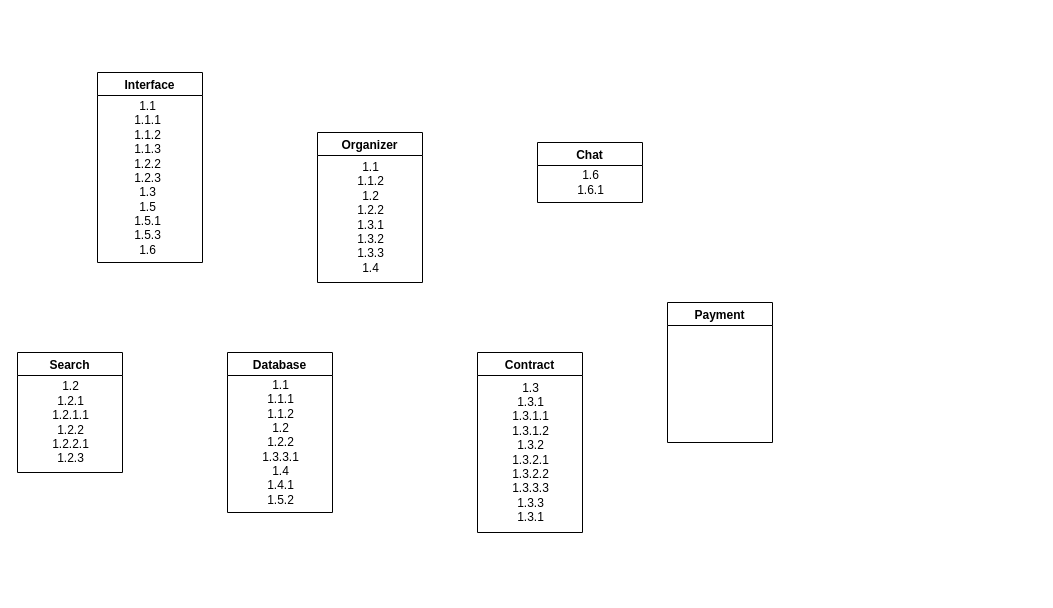
markomijovic/Agent-System-Matchmaking keeps this draw.io diagram as Design Documentation/Concurrent Task/ConcurrentTasks.drawio. Above is the earlier version. Source tidied: cells renumbered, new cells numbered last; positions are measured from the earlier drawing's top-left corner, leaving out a move shared by most shapes. Both pictures are drawn from the tidied source at 100%, with x=0, y=0 at pixel (17, 72).
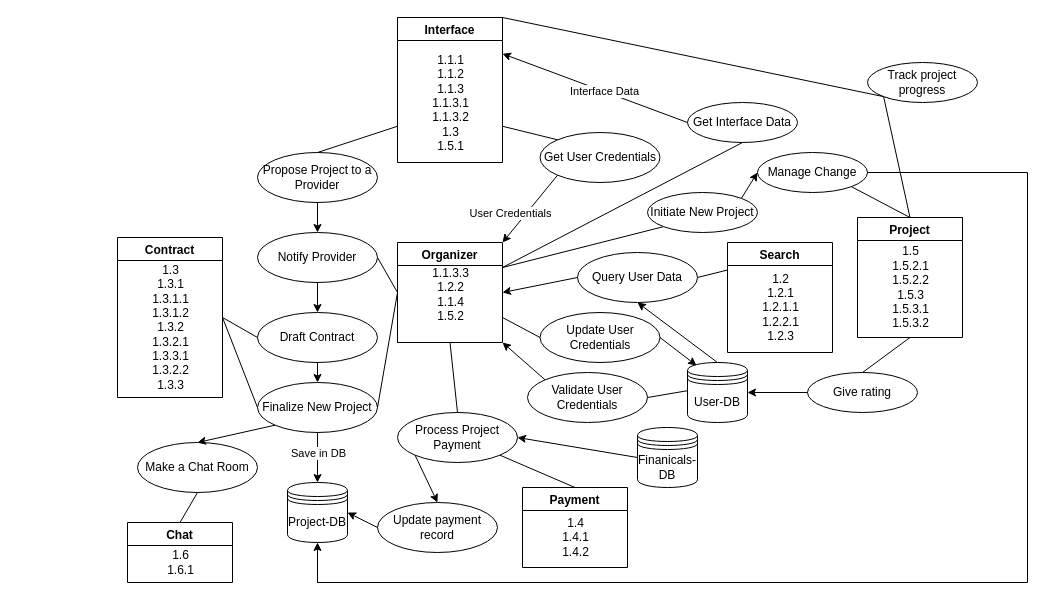
After the change.

Change to the diagram source:
```diff
@@
     <mxCell id="2" value="Interface" style="swimlane;" parent="1" vertex="1">
-      <mxGeometry x="80" width="105" height="190" as="geometry" />
+      <mxGeometry x="380" y="-55" width="105" height="145" as="geometry" />
     </mxCell>
-    <mxCell id="3" value="&lt;div&gt;1.1&lt;/div&gt;&lt;div&gt;1.1.1&lt;/div&gt;&lt;div&gt;1.1.2&lt;/div&gt;&lt;div&gt;1.1.3&lt;/div&gt;&lt;div&gt;1.2.2&lt;/div&gt;&lt;div&gt;1.2.3&lt;/div&gt;&lt;div&gt;1.3&lt;br&gt;&lt;/div&gt;&lt;div&gt;1.5&lt;/div&gt;&lt;div&gt;1.5.1&lt;/div&gt;&lt;div&gt;1.5.3&lt;/div&gt;&lt;div&gt;1.6&lt;br&gt;&lt;/div&gt;&lt;div&gt;&lt;br&gt;&lt;/div&gt;&lt;div&gt;&lt;br&gt;&lt;/div&gt;" style="text;html=1;align=center;verticalAlign=middle;strokeColor=none;fillColor=none;" parent="2" vertex="1">
-      <mxGeometry x="25" y="20" width="50" height="200" as="geometry" />
+    <mxCell id="3" value="&lt;div&gt;1.1.1&lt;/div&gt;&lt;div&gt;1.1.2&lt;/div&gt;&lt;div&gt;1.1.3&lt;/div&gt;&lt;div&gt;&lt;div&gt;1.1.3.1&lt;/div&gt;1.1.3.2&lt;/div&gt;&lt;div&gt;1.3&lt;/div&gt;&lt;div&gt;1.5.1&lt;br&gt;&lt;/div&gt;&lt;div&gt;&lt;br&gt;&lt;/div&gt;&lt;div&gt;&lt;br&gt;&lt;/div&gt;" style="text;html=1;align=center;verticalAlign=middle;strokeColor=none;fillColor=none;" parent="2" vertex="1">
+      <mxGeometry x="22.5" y="30" width="60" height="140" as="geometry" />
     </mxCell>
     <mxCell id="4" value="Organizer" style="swimlane;startSize=23;" parent="1" vertex="1">
-      <mxGeometry x="300" y="60" width="105" height="150" as="geometry" />
+      <mxGeometry x="380" y="170" width="105" height="100" as="geometry" />
     </mxCell>
-    <mxCell id="5" value="&lt;div&gt;1.1&lt;/div&gt;&lt;div&gt;1.1.2&lt;/div&gt;&lt;div&gt;1.2&lt;/div&gt;&lt;div&gt;1.2.2&lt;/div&gt;&lt;div&gt;1.3.1&lt;/div&gt;&lt;div&gt;1.3.2&lt;/div&gt;&lt;div&gt;1.3.3&lt;/div&gt;&lt;div&gt;1.4&lt;/div&gt;" style="text;html=1;align=center;verticalAlign=middle;strokeColor=none;fillColor=none;" parent="4" vertex="1">
-      <mxGeometry x="27.5" y="20" width="50" height="130" as="geometry" />
+    <mxCell id="5" value="&lt;br&gt;&lt;div&gt;1.1.3.3&lt;/div&gt;&lt;div&gt;1.2.2&lt;br&gt;&lt;/div&gt;&lt;div&gt;1.1.4&lt;/div&gt;&lt;div&gt;1.5.2&lt;br&gt;&lt;/div&gt;" style="text;html=1;align=center;verticalAlign=middle;strokeColor=none;fillColor=none;" parent="4" vertex="1">
+      <mxGeometry x="22.5" width="60" height="90" as="geometry" />
     </mxCell>
-    <mxCell id="6" value="Database" style="swimlane;startSize=23;" parent="1" vertex="1">
-      <mxGeometry x="210" y="280" width="105" height="160" as="geometry" />
-    </mxCell>
-    <mxCell id="7" value="&lt;div&gt;1.1&lt;/div&gt;&lt;div&gt;1.1.1&lt;/div&gt;&lt;div&gt;1.1.2&lt;br&gt;&lt;/div&gt;&lt;div&gt;1.2&lt;/div&gt;&lt;div&gt;1.2.2&lt;/div&gt;&lt;div&gt;1.3.3.1&lt;/div&gt;&lt;div&gt;1.4&lt;/div&gt;&lt;div&gt;1.4.1&lt;/div&gt;&lt;div&gt;1.5.2&lt;/div&gt;" style="text;html=1;align=center;verticalAlign=middle;strokeColor=none;fillColor=none;" parent="6" vertex="1">
-      <mxGeometry x="22.5" y="20" width="60" height="140" as="geometry" />
-    </mxCell>
     <mxCell id="8" value="Search" style="swimlane;startSize=23;" parent="1" vertex="1">
-      <mxGeometry y="280" width="105" height="120" as="geometry" />
+      <mxGeometry x="710" y="170" width="105" height="110" as="geometry" />
     </mxCell>
-    <mxCell id="9" value="&lt;div&gt;1.2&lt;/div&gt;&lt;div&gt;1.2.1&lt;/div&gt;&lt;div&gt;1.2.1.1&lt;/div&gt;&lt;div&gt;1.2.2&lt;/div&gt;&lt;div&gt;1.2.2.1&lt;/div&gt;&lt;div&gt;1.2.3&lt;br&gt;&lt;/div&gt;" style="text;html=1;align=center;verticalAlign=middle;strokeColor=none;fillColor=none;" parent="8" vertex="1">
-      <mxGeometry x="22.5" y="20" width="60" height="100" as="geometry" />
+    <mxCell id="9" value="&lt;div&gt;1.2&lt;/div&gt;&lt;div&gt;1.2.1&lt;/div&gt;&lt;div&gt;1.2.1.1&lt;/div&gt;&lt;div&gt;1.2.2.1&lt;/div&gt;&lt;div&gt;1.2.3&lt;br&gt;&lt;/div&gt;" style="text;html=1;align=center;verticalAlign=middle;strokeColor=none;fillColor=none;" parent="8" vertex="1">
+      <mxGeometry x="22.5" y="20" width="60" height="90" as="geometry" />
     </mxCell>
     <mxCell id="10" value="Contract" style="swimlane;startSize=23;" parent="1" vertex="1">
-      <mxGeometry x="460" y="280" width="105" height="180" as="geometry" />
+      <mxGeometry x="100" y="165" width="105" height="160" as="geometry" />
     </mxCell>
-    <mxCell id="11" value="&lt;div&gt;1.3&lt;/div&gt;&lt;div&gt;1.3.1&lt;/div&gt;&lt;div&gt;1.3.1.1&lt;/div&gt;&lt;div&gt;1.3.1.2&lt;/div&gt;&lt;div&gt;1.3.2&lt;/div&gt;&lt;div&gt;1.3.2.1&lt;/div&gt;&lt;div&gt;1.3.2.2&lt;/div&gt;&lt;div&gt;1.3.3.3&lt;/div&gt;&lt;div&gt;1.3.3&lt;/div&gt;&lt;div&gt;1.3.1&lt;br&gt;&lt;/div&gt;" style="text;html=1;align=center;verticalAlign=middle;strokeColor=none;fillColor=none;" parent="10" vertex="1">
-      <mxGeometry x="22.5" y="20" width="60" height="160" as="geometry" />
+    <mxCell id="11" value="&lt;div&gt;1.3&lt;/div&gt;&lt;div&gt;1.3.1&lt;/div&gt;&lt;div&gt;1.3.1.1&lt;/div&gt;&lt;div&gt;1.3.1.2&lt;/div&gt;&lt;div&gt;1.3.2&lt;/div&gt;&lt;div&gt;1.3.2.1&lt;/div&gt;&lt;div&gt;&lt;div&gt;1.3.3.1&lt;/div&gt;&lt;/div&gt;&lt;div&gt;1.3.2.2&lt;/div&gt;&lt;div&gt;1.3.3&lt;/div&gt;" style="text;html=1;align=center;verticalAlign=middle;strokeColor=none;fillColor=none;" parent="10" vertex="1">
+      <mxGeometry x="22.5" y="20" width="60" height="140" as="geometry" />
     </mxCell>
     <mxCell id="12" value="Chat" style="swimlane;startSize=23;" parent="1" vertex="1">
-      <mxGeometry x="520" y="70" width="105" height="60" as="geometry" />
+      <mxGeometry x="110" y="450" width="105" height="60" as="geometry" />
     </mxCell>
@@
     <mxCell id="14" value="Payment" style="swimlane;startSize=23;" parent="1" vertex="1">
-      <mxGeometry x="650" y="230" width="105" height="140" as="geometry" />
+      <mxGeometry x="505" y="415" width="105" height="80" as="geometry" />
     </mxCell>
+    <mxCell id="15" value="&lt;div&gt;1.4&lt;/div&gt;&lt;div&gt;1.4.1&lt;/div&gt;&lt;div&gt;1.4.2&lt;br&gt;&lt;/div&gt;" style="text;html=1;align=center;verticalAlign=middle;strokeColor=none;fillColor=none;" parent="14" vertex="1">
+      <mxGeometry x="27.5" y="20" width="50" height="60" as="geometry" />
+    </mxCell>
+    <mxCell id="16" value="Project" style="swimlane;startSize=23;" parent="1" vertex="1">
+      <mxGeometry x="840" y="145" width="105" height="120" as="geometry" />
+    </mxCell>
+    <mxCell id="17" value="&lt;div&gt;1.5&lt;/div&gt;&lt;div&gt;1.5.2.1&lt;/div&gt;&lt;div&gt;1.5.2.2&lt;/div&gt;&lt;div&gt;1.5.3&lt;/div&gt;&lt;div&gt;1.5.3.1&lt;/div&gt;&lt;div&gt;1.5.3.2&lt;br&gt;&lt;/div&gt;" style="text;html=1;align=center;verticalAlign=middle;strokeColor=none;fillColor=none;" parent="16" vertex="1">
+      <mxGeometry x="22.5" y="20" width="60" height="100" as="geometry" />
+    </mxCell>
+    <mxCell id="18" value="Get User Credentials" style="ellipse;whiteSpace=wrap;html=1;" parent="1" vertex="1">
+      <mxGeometry x="522.5" y="60" width="120" height="50" as="geometry" />
+    </mxCell>
+    <mxCell id="19" style="endArrow=none;html=1;rounded=0;exitX=1;exitY=0.75;exitDx=0;exitDy=0;entryX=0;entryY=0;entryDx=0;entryDy=0;" parent="1" edge="1" source="2" target="18">
+      <mxGeometry relative="1" as="geometry" />
+    </mxCell>
+    <mxCell id="20" style="endArrow=classic;html=1;rounded=0;exitX=0;exitY=1;exitDx=0;exitDy=0;entryX=1;entryY=0;entryDx=0;entryDy=0;" parent="1" edge="1" source="18" target="4">
+      <mxGeometry relative="1" as="geometry" />
+    </mxCell>
+    <mxCell id="21" value="User Credentials" style="edgeLabel;html=1;align=center;verticalAlign=middle;" parent="20" vertex="1">
+      <mxGeometry x="0.25" y="1" relative="1" as="geometry">
+        <mxPoint x="-14" y="-5" as="offset" />
+      </mxGeometry>
+    </mxCell>
+    <mxCell id="22" value="Validate User Credentials" style="ellipse;whiteSpace=wrap;html=1;" parent="1" vertex="1">
+      <mxGeometry x="510" y="300" width="120" height="50" as="geometry" />
+    </mxCell>
+    <mxCell id="23" style="endArrow=none;html=1;rounded=0;exitX=1;exitY=0.3;exitDx=0;exitDy=0;entryX=1;entryY=0.5;entryDx=0;entryDy=0;" parent="1" edge="1" source="26" target="22">
+      <mxGeometry relative="1" as="geometry" />
+    </mxCell>
+    <mxCell id="24" value="Query User Data" style="ellipse;whiteSpace=wrap;html=1;" parent="1" vertex="1">
+      <mxGeometry x="560" y="180" width="120" height="50" as="geometry" />
+    </mxCell>
+    <mxCell id="25" style="endArrow=none;html=1;rounded=0;entryX=1;entryY=0.5;entryDx=0;entryDy=0;exitX=0;exitY=0.25;exitDx=0;exitDy=0;" parent="1" edge="1" source="8" target="24">
+      <mxGeometry relative="1" as="geometry" />
+    </mxCell>
+    <mxCell id="26" value="User-DB" style="shape=datastore;whiteSpace=wrap;html=1;" parent="1" vertex="1">
+      <mxGeometry x="670" y="290" width="60" height="60" as="geometry" />
+    </mxCell>
+    <mxCell id="27" value="Update User Credentials" style="ellipse;whiteSpace=wrap;html=1;" parent="1" vertex="1">
+      <mxGeometry x="522.5" y="240" width="120" height="50" as="geometry" />
+    </mxCell>
+    <mxCell id="28" style="endArrow=none;html=1;rounded=0;entryX=1;entryY=0.75;entryDx=0;entryDy=0;exitX=0;exitY=0.5;exitDx=0;exitDy=0;" parent="1" edge="1" source="27" target="4">
+      <mxGeometry relative="1" as="geometry" />
+    </mxCell>
+    <mxCell id="29" style="endArrow=classic;html=1;rounded=0;exitX=1;exitY=0.5;exitDx=0;exitDy=0;entryX=0.15;entryY=0.05;entryDx=0;entryDy=0;entryPerimeter=0;" parent="1" edge="1" source="27" target="26">
+      <mxGeometry relative="1" as="geometry" />
+    </mxCell>
+    <mxCell id="30" style="endArrow=classic;html=1;rounded=0;entryX=0.5;entryY=1;entryDx=0;entryDy=0;exitX=0.5;exitY=0;exitDx=0;exitDy=0;" parent="1" edge="1" source="26" target="24">
+      <mxGeometry relative="1" as="geometry" />
+    </mxCell>
+    <mxCell id="31" style="endArrow=classic;html=1;rounded=0;exitX=0;exitY=0.5;exitDx=0;exitDy=0;entryX=1;entryY=0.5;entryDx=0;entryDy=0;" parent="1" edge="1" source="24" target="4">
+      <mxGeometry relative="1" as="geometry" />
+    </mxCell>
+    <mxCell id="32" value="Get Interface Data" style="ellipse;whiteSpace=wrap;html=1;" parent="1" vertex="1">
+      <mxGeometry x="670" y="30" width="110" height="40" as="geometry" />
+    </mxCell>
+    <mxCell id="33" style="endArrow=none;html=1;rounded=0;exitX=1;exitY=0.25;exitDx=0;exitDy=0;entryX=0.5;entryY=1;entryDx=0;entryDy=0;" parent="1" edge="1" source="4" target="32">
+      <mxGeometry relative="1" as="geometry" />
+    </mxCell>
+    <mxCell id="34" style="endArrow=classic;html=1;rounded=0;exitX=0;exitY=0.5;exitDx=0;exitDy=0;entryX=1;entryY=0.25;entryDx=0;entryDy=0;" parent="1" edge="1" source="32" target="2">
+      <mxGeometry relative="1" as="geometry" />
+    </mxCell>
+    <mxCell id="35" value="Interface Data" style="edgeLabel;html=1;align=center;verticalAlign=middle;" parent="34" vertex="1">
+      <mxGeometry x="-0.1" relative="1" as="geometry" />
+    </mxCell>
+    <mxCell id="36" style="endArrow=classic;html=1;rounded=0;exitX=0;exitY=0;exitDx=0;exitDy=0;entryX=1;entryY=1;entryDx=0;entryDy=0;" parent="1" edge="1" source="22" target="4">
+      <mxGeometry relative="1" as="geometry" />
+    </mxCell>
+    <mxCell id="37" value="Propose Project to a Provider" style="ellipse;whiteSpace=wrap;html=1;" parent="1" vertex="1">
+      <mxGeometry x="240" y="80" width="120" height="50" as="geometry" />
+    </mxCell>
+    <mxCell id="38" value="Notify Provider" style="ellipse;whiteSpace=wrap;html=1;" parent="1" vertex="1">
+      <mxGeometry x="240" y="160" width="120" height="50" as="geometry" />
+    </mxCell>
+    <mxCell id="39" style="endArrow=none;html=1;rounded=0;entryX=0;entryY=0.75;entryDx=0;entryDy=0;exitX=0.5;exitY=0;exitDx=0;exitDy=0;" parent="1" edge="1" source="37" target="2">
+      <mxGeometry relative="1" as="geometry" />
+    </mxCell>
+    <mxCell id="40" style="endArrow=classic;html=1;rounded=0;exitX=0.5;exitY=1;exitDx=0;exitDy=0;entryX=0.5;entryY=0;entryDx=0;entryDy=0;" parent="1" edge="1" source="37" target="38">
+      <mxGeometry relative="1" as="geometry" />
+    </mxCell>
+    <mxCell id="41" style="endArrow=none;html=1;rounded=0;exitX=1;exitY=0.5;exitDx=0;exitDy=0;entryX=0;entryY=0.5;entryDx=0;entryDy=0;" parent="1" edge="1" source="38" target="4">
+      <mxGeometry relative="1" as="geometry" />
+    </mxCell>
+    <mxCell id="42" value="Project-DB" style="shape=datastore;whiteSpace=wrap;html=1;" parent="1" vertex="1">
+      <mxGeometry x="270" y="410" width="60" height="60" as="geometry" />
+    </mxCell>
+    <mxCell id="43" value="Draft Contract" style="ellipse;whiteSpace=wrap;html=1;" parent="1" vertex="1">
+      <mxGeometry x="240" y="240" width="120" height="50" as="geometry" />
+    </mxCell>
+    <mxCell id="44" style="endArrow=classic;html=1;rounded=0;exitX=0.5;exitY=1;exitDx=0;exitDy=0;entryX=0.5;entryY=0;entryDx=0;entryDy=0;" parent="1" edge="1" source="38" target="43">
+      <mxGeometry relative="1" as="geometry" />
+    </mxCell>
+    <mxCell id="45" style="endArrow=none;html=1;rounded=0;exitX=1;exitY=0.5;exitDx=0;exitDy=0;entryX=0;entryY=0.5;entryDx=0;entryDy=0;" parent="1" edge="1" source="10" target="43">
+      <mxGeometry relative="1" as="geometry" />
+    </mxCell>
+    <mxCell id="46" value="Finalize New Project" style="ellipse;whiteSpace=wrap;html=1;" parent="1" vertex="1">
+      <mxGeometry x="240" y="310" width="120" height="50" as="geometry" />
+    </mxCell>
+    <mxCell id="47" style="endArrow=none;html=1;rounded=0;exitX=1;exitY=0.5;exitDx=0;exitDy=0;entryX=0;entryY=0.5;entryDx=0;entryDy=0;" parent="1" edge="1" source="10" target="46">
+      <mxGeometry relative="1" as="geometry" />
+    </mxCell>
+    <mxCell id="48" style="endArrow=none;html=1;rounded=0;exitX=0;exitY=0.5;exitDx=0;exitDy=0;entryX=1;entryY=0.5;entryDx=0;entryDy=0;" parent="1" edge="1" source="4" target="46">
+      <mxGeometry relative="1" as="geometry" />
+    </mxCell>
+    <mxCell id="49" style="endArrow=classic;html=1;rounded=0;exitX=0.5;exitY=1;exitDx=0;exitDy=0;entryX=0.5;entryY=0;entryDx=0;entryDy=0;" parent="1" edge="1" source="46" target="42">
+      <mxGeometry relative="1" as="geometry" />
+    </mxCell>
+    <mxCell id="50" value="Save in DB" style="edgeLabel;html=1;align=center;verticalAlign=middle;" parent="49" vertex="1">
+      <mxGeometry x="-0.48" relative="1" as="geometry">
+        <mxPoint y="7" as="offset" />
+      </mxGeometry>
+    </mxCell>
+    <mxCell id="51" style="endArrow=classic;html=1;rounded=0;exitX=0.5;exitY=1;exitDx=0;exitDy=0;entryX=0.5;entryY=0;entryDx=0;entryDy=0;" parent="1" edge="1" source="43" target="46">
+      <mxGeometry relative="1" as="geometry" />
+    </mxCell>
+    <mxCell id="52" value="Finanicals-DB" style="shape=datastore;whiteSpace=wrap;html=1;" parent="1" vertex="1">
+      <mxGeometry x="620" y="355" width="60" height="60" as="geometry" />
+    </mxCell>
+    <mxCell id="53" value="Process Project Payment" style="ellipse;whiteSpace=wrap;html=1;" parent="1" vertex="1">
+      <mxGeometry x="380" y="340" width="120" height="50" as="geometry" />
+    </mxCell>
+    <mxCell id="54" style="endArrow=none;html=1;rounded=0;exitX=0.5;exitY=1;exitDx=0;exitDy=0;entryX=0.5;entryY=0;entryDx=0;entryDy=0;" parent="1" edge="1" source="4" target="53">
+      <mxGeometry relative="1" as="geometry" />
+    </mxCell>
+    <mxCell id="55" style="endArrow=none;html=1;rounded=0;exitX=1;exitY=1;exitDx=0;exitDy=0;entryX=0.5;entryY=0;entryDx=0;entryDy=0;" parent="1" edge="1" source="53" target="14">
+      <mxGeometry relative="1" as="geometry" />
+    </mxCell>
+    <mxCell id="56" style="endArrow=classic;html=1;rounded=0;exitX=0;exitY=1;exitDx=0;exitDy=0;entryX=0.5;entryY=0;entryDx=0;entryDy=0;" parent="1" edge="1" source="53" target="57">
+      <mxGeometry relative="1" as="geometry" />
+    </mxCell>
+    <mxCell id="57" value="Update payment record" style="ellipse;whiteSpace=wrap;html=1;" parent="1" vertex="1">
+      <mxGeometry x="360" y="430" width="120" height="50" as="geometry" />
+    </mxCell>
+    <mxCell id="58" style="endArrow=classic;html=1;rounded=0;exitX=0;exitY=0.5;exitDx=0;exitDy=0;entryX=1;entryY=0.5;entryDx=0;entryDy=0;" parent="1" edge="1" source="57" target="42">
+      <mxGeometry relative="1" as="geometry" />
+    </mxCell>
+    <mxCell id="59" style="endArrow=classic;html=1;rounded=0;exitX=0;exitY=0.5;exitDx=0;exitDy=0;entryX=1;entryY=0.5;entryDx=0;entryDy=0;" parent="1" edge="1" source="52" target="53">
+      <mxGeometry relative="1" as="geometry" />
+    </mxCell>
+    <mxCell id="60" value="Make a Chat Room" style="ellipse;whiteSpace=wrap;html=1;" parent="1" vertex="1">
+      <mxGeometry x="120" y="370" width="120" height="50" as="geometry" />
+    </mxCell>
+    <mxCell id="61" style="endArrow=classic;html=1;rounded=0;exitX=0;exitY=1;exitDx=0;exitDy=0;entryX=0.5;entryY=0;entryDx=0;entryDy=0;" parent="1" edge="1" source="46" target="60">
+      <mxGeometry relative="1" as="geometry" />
+    </mxCell>
+    <mxCell id="62" style="endArrow=none;html=1;rounded=0;exitX=0.5;exitY=1;exitDx=0;exitDy=0;entryX=0.5;entryY=0;entryDx=0;entryDy=0;" parent="1" edge="1" source="60" target="12">
+      <mxGeometry relative="1" as="geometry" />
+    </mxCell>
+    <mxCell id="63" value="Manage Change" style="ellipse;whiteSpace=wrap;html=1;" parent="1" vertex="1">
+      <mxGeometry x="740" y="80" width="110" height="40" as="geometry" />
+    </mxCell>
+    <mxCell id="64" value="Track project progress" style="ellipse;whiteSpace=wrap;html=1;" parent="1" vertex="1">
+      <mxGeometry x="850" y="-10" width="110" height="40" as="geometry" />
+    </mxCell>
+    <mxCell id="65" value="Give rating" style="ellipse;whiteSpace=wrap;html=1;" parent="1" vertex="1">
+      <mxGeometry x="790" y="300" width="110" height="40" as="geometry" />
+    </mxCell>
+    <mxCell id="66" style="endArrow=classic;html=1;rounded=0;exitX=0;exitY=0.5;exitDx=0;exitDy=0;entryX=1;entryY=0.5;entryDx=0;entryDy=0;" parent="1" edge="1" source="65" target="26">
+      <mxGeometry relative="1" as="geometry" />
+    </mxCell>
+    <mxCell id="67" style="endArrow=none;html=1;rounded=0;exitX=0.5;exitY=0;exitDx=0;exitDy=0;entryX=0.5;entryY=1;entryDx=0;entryDy=0;" parent="1" edge="1" source="65" target="16">
+      <mxGeometry relative="1" as="geometry" />
+    </mxCell>
+    <mxCell id="68" style="endArrow=none;html=1;rounded=0;entryX=1;entryY=1;entryDx=0;entryDy=0;exitX=0.5;exitY=0;exitDx=0;exitDy=0;" parent="1" edge="1" source="16" target="63">
+      <mxGeometry relative="1" as="geometry" />
+    </mxCell>
+    <mxCell id="69" style="endArrow=none;html=1;rounded=0;exitX=1;exitY=0;exitDx=0;exitDy=0;entryX=0;entryY=1;entryDx=0;entryDy=0;" parent="1" edge="1" source="2" target="64">
+      <mxGeometry relative="1" as="geometry" />
+    </mxCell>
+    <mxCell id="70" style="endArrow=none;html=1;rounded=0;entryX=0;entryY=1;entryDx=0;entryDy=0;exitX=0.5;exitY=0;exitDx=0;exitDy=0;" parent="1" edge="1" source="16" target="64">
+      <mxGeometry relative="1" as="geometry" />
+    </mxCell>
+    <mxCell id="71" style="endArrow=none;html=1;rounded=0;exitX=1;exitY=0.25;exitDx=0;exitDy=0;entryX=0;entryY=1;entryDx=0;entryDy=0;" parent="1" edge="1" source="4" target="72">
+      <mxGeometry relative="1" as="geometry" />
+    </mxCell>
+    <mxCell id="72" value="Initiate New Project" style="ellipse;whiteSpace=wrap;html=1;" parent="1" vertex="1">
+      <mxGeometry x="630" y="120" width="110" height="40" as="geometry" />
+    </mxCell>
+    <mxCell id="73" style="endArrow=classic;html=1;rounded=0;exitX=1;exitY=0;exitDx=0;exitDy=0;entryX=0;entryY=0.5;entryDx=0;entryDy=0;" parent="1" edge="1" source="72" target="63">
+      <mxGeometry relative="1" as="geometry" />
+    </mxCell>
+    <mxCell id="74" style="edgeStyle=segmentEdgeStyle;endArrow=classic;html=1;rounded=0;exitX=1;exitY=0.5;exitDx=0;exitDy=0;entryX=0.5;entryY=1;entryDx=0;entryDy=0;" parent="1" edge="1" source="63" target="42">
+      <mxGeometry relative="1" as="geometry">
+        <Array as="points">
+          <mxPoint x="1010" y="100" />
+          <mxPoint x="1010" y="510" />
+          <mxPoint x="300" y="510" />
+        </Array>
+      </mxGeometry>
+    </mxCell>
```
